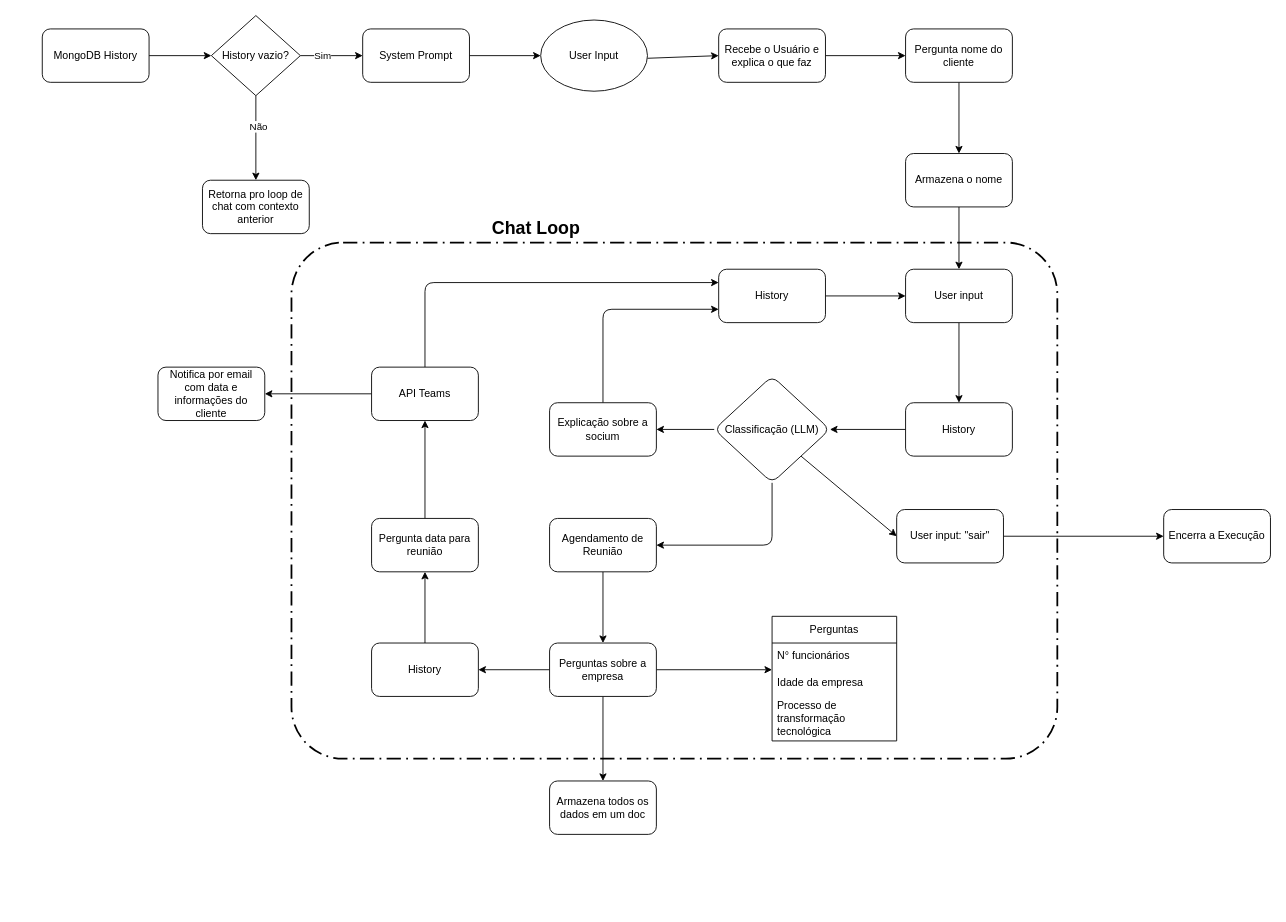
The draw.io diagram sofia.drawio in Rubiozito/langchain, before the edit. Source tidied: cells renumbered, new cells numbered last; positions are measured from the earlier drawing's top-left corner, leaving out a move shared by most shapes. Both pictures are drawn from the tidied source at 89%, with x=0, y=0 at pixel (42, 15).
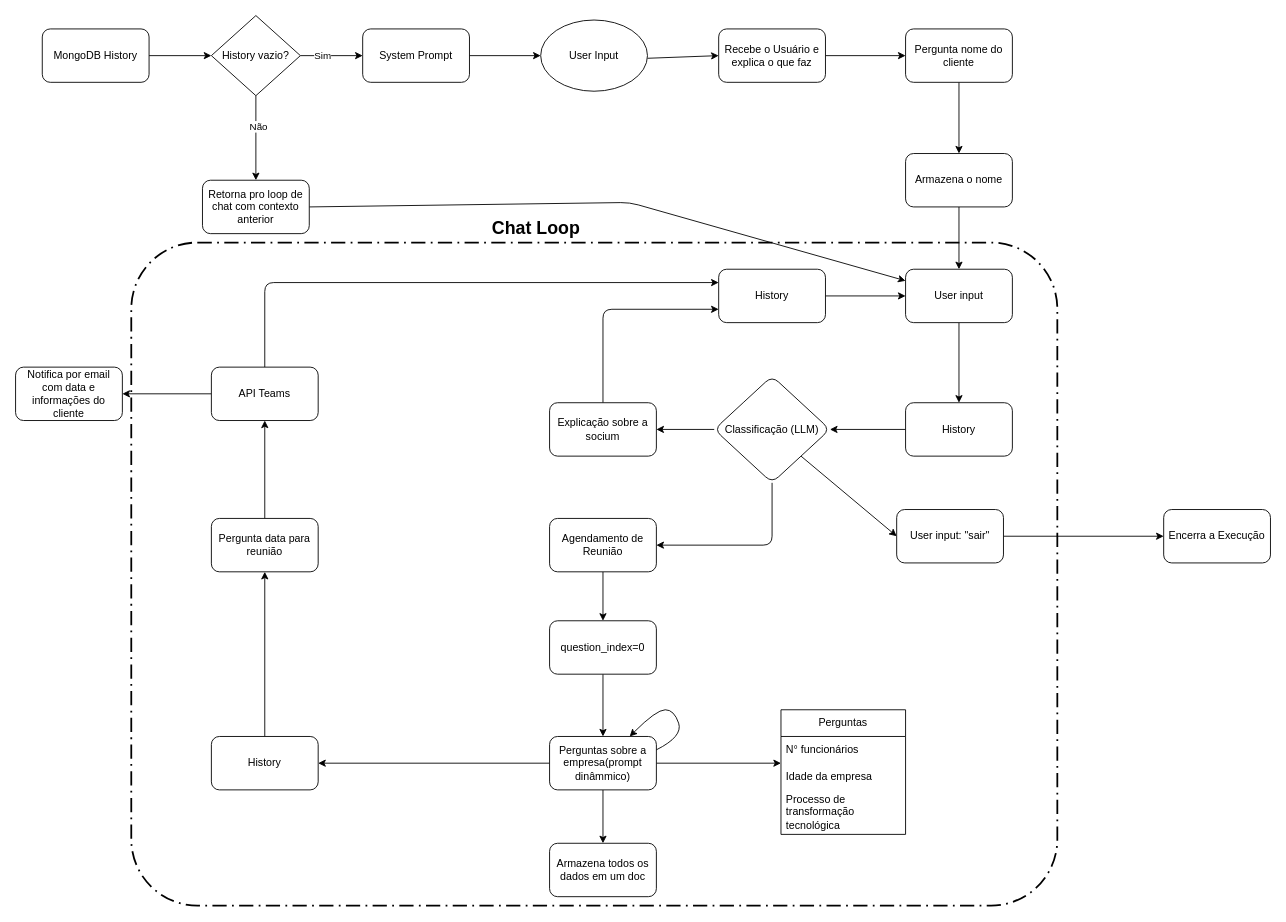
The same diagram, later.

Commit message (it also covers changes not shown here):
feat(chat): add state control

Unchanged cells that the change refers to:
```xml
<mxCell id="11" value="Retorna pro loop de chat com contexto anterior" style="rounded=1;whiteSpace=wrap;html=1;" parent="1" vertex="1">
  <mxGeometry x="180" y="185" width="120" height="60" as="geometry" />
</mxCell>
<mxCell id="23" value="User input" style="rounded=1;whiteSpace=wrap;html=1;" parent="1" vertex="1">
  <mxGeometry x="970" y="285" width="120" height="60" as="geometry" />
</mxCell>
<mxCell id="31" value="Agendamento de Reunião" style="whiteSpace=wrap;html=1;rounded=1;" parent="1" vertex="1">
  <mxGeometry x="570" y="565" width="120" height="60" as="geometry" />
</mxCell>
<mxCell id="35" value="History" style="whiteSpace=wrap;html=1;rounded=1;" parent="1" vertex="1">
  <mxGeometry x="760" y="285" width="120" height="60" as="geometry" />
</mxCell>
```

Change to the diagram source:
```diff
@@
+    <mxCell id="56" style="edgeStyle=none;html=1;exitX=1;exitY=0.5;exitDx=0;exitDy=0;" parent="1" edge="1" source="11" target="23">
+      <mxGeometry relative="1" as="geometry">
+        <Array as="points">
+          <mxPoint x="660" y="210" />
+        </Array>
+      </mxGeometry>
+    </mxCell>
@@
     <mxCell id="20" style="rounded=1;arcSize=10;dashed=1;fillColor=none;gradientColor=none;dashPattern=8 3 1 3;strokeWidth=2;" parent="1" vertex="1">
-      <mxGeometry x="280" y="255" width="860.5" height="580" as="geometry" />
+      <mxGeometry x="100" y="255" width="1040.5" height="745" as="geometry" />
     </mxCell>
@@
-    <mxCell id="30" style="edgeStyle=none;html=1;" parent="1" edge="1" source="31" target="48">
-      <mxGeometry relative="1" as="geometry" />
-    </mxCell>
+    <mxCell id="57" style="edgeStyle=none;html=1;" parent="1" edge="1" source="31" target="60">
+      <mxGeometry relative="1" as="geometry" />
+    </mxCell>
@@
     <mxCell id="36" style="edgeStyle=none;html=1;entryX=0;entryY=0.25;entryDx=0;entryDy=0;" parent="1" edge="1" source="38" target="35">
       <mxGeometry relative="1" as="geometry">
         <Array as="points">
-          <mxPoint x="430" y="300" />
+          <mxPoint x="250" y="300" />
         </Array>
       </mxGeometry>
     </mxCell>
@@
     <mxCell id="38" value="API Teams" style="rounded=1;whiteSpace=wrap;html=1;" parent="1" vertex="1">
-      <mxGeometry x="370" y="395" width="120" height="60" as="geometry" />
+      <mxGeometry x="190" y="395" width="120" height="60" as="geometry" />
     </mxCell>
@@
     <mxCell id="40" value="Pergunta data para reunião" style="whiteSpace=wrap;html=1;rounded=1;" parent="1" vertex="1">
-      <mxGeometry x="370" y="565" width="120" height="60" as="geometry" />
+      <mxGeometry x="190" y="565" width="120" height="60" as="geometry" />
     </mxCell>
@@
     <mxCell id="44" value="Notifica por email com data e informações do cliente" style="whiteSpace=wrap;html=1;rounded=1;" parent="1" vertex="1">
-      <mxGeometry x="130" y="395" width="120" height="60" as="geometry" />
+      <mxGeometry x="-30" y="395" width="120" height="60" as="geometry" />
     </mxCell>
@@
-    <mxCell id="48" value="Perguntas sobre a empresa" style="whiteSpace=wrap;html=1;rounded=1;" parent="1" vertex="1">
-      <mxGeometry x="570" y="705" width="120" height="60" as="geometry" />
+    <mxCell id="48" value="Perguntas sobre a empresa(prompt dinâmmico)" style="whiteSpace=wrap;html=1;rounded=1;" parent="1" vertex="1">
+      <mxGeometry x="570" y="810" width="120" height="60" as="geometry" />
     </mxCell>
     <mxCell id="49" value="Perguntas" style="swimlane;fontStyle=0;horizontal=1;startSize=30;whiteSpace=wrap;html=1;" parent="1" vertex="1">
-      <mxGeometry x="820" y="675" width="140" height="140" as="geometry" />
+      <mxGeometry x="830" y="780" width="140" height="140" as="geometry" />
     </mxCell>
@@
     <mxCell id="54" value="History" style="whiteSpace=wrap;html=1;rounded=1;" parent="1" vertex="1">
-      <mxGeometry x="370" y="705" width="120" height="60" as="geometry" />
+      <mxGeometry x="190" y="810" width="120" height="60" as="geometry" />
     </mxCell>
     <mxCell id="55" value="Armazena todos os dados em um doc" style="whiteSpace=wrap;html=1;rounded=1;" parent="1" vertex="1">
-      <mxGeometry x="570" y="860" width="120" height="60" as="geometry" />
+      <mxGeometry x="570" y="930" width="120" height="60" as="geometry" />
     </mxCell>
+    <mxCell id="58" style="curved=1;endArrow=classic;html=1;entryX=0.75;entryY=0;entryDx=0;entryDy=0;exitX=1;exitY=0.25;exitDx=0;exitDy=0;" parent="1" edge="1" source="48" target="48">
+      <mxGeometry relative="1" as="geometry">
+        <Array as="points">
+          <mxPoint x="720" y="810" />
+          <mxPoint x="710" y="780" />
+          <mxPoint x="690" y="780" />
+        </Array>
+      </mxGeometry>
+    </mxCell>
+    <mxCell id="59" style="edgeStyle=none;html=1;exitX=0.5;exitY=1;exitDx=0;exitDy=0;entryX=0.5;entryY=0;entryDx=0;entryDy=0;" parent="1" edge="1" source="60" target="48">
+      <mxGeometry relative="1" as="geometry" />
+    </mxCell>
+    <mxCell id="60" value="question_index=0" style="whiteSpace=wrap;html=1;rounded=1;" parent="1" vertex="1">
+      <mxGeometry x="570" y="680" width="120" height="60" as="geometry" />
+    </mxCell>
```
